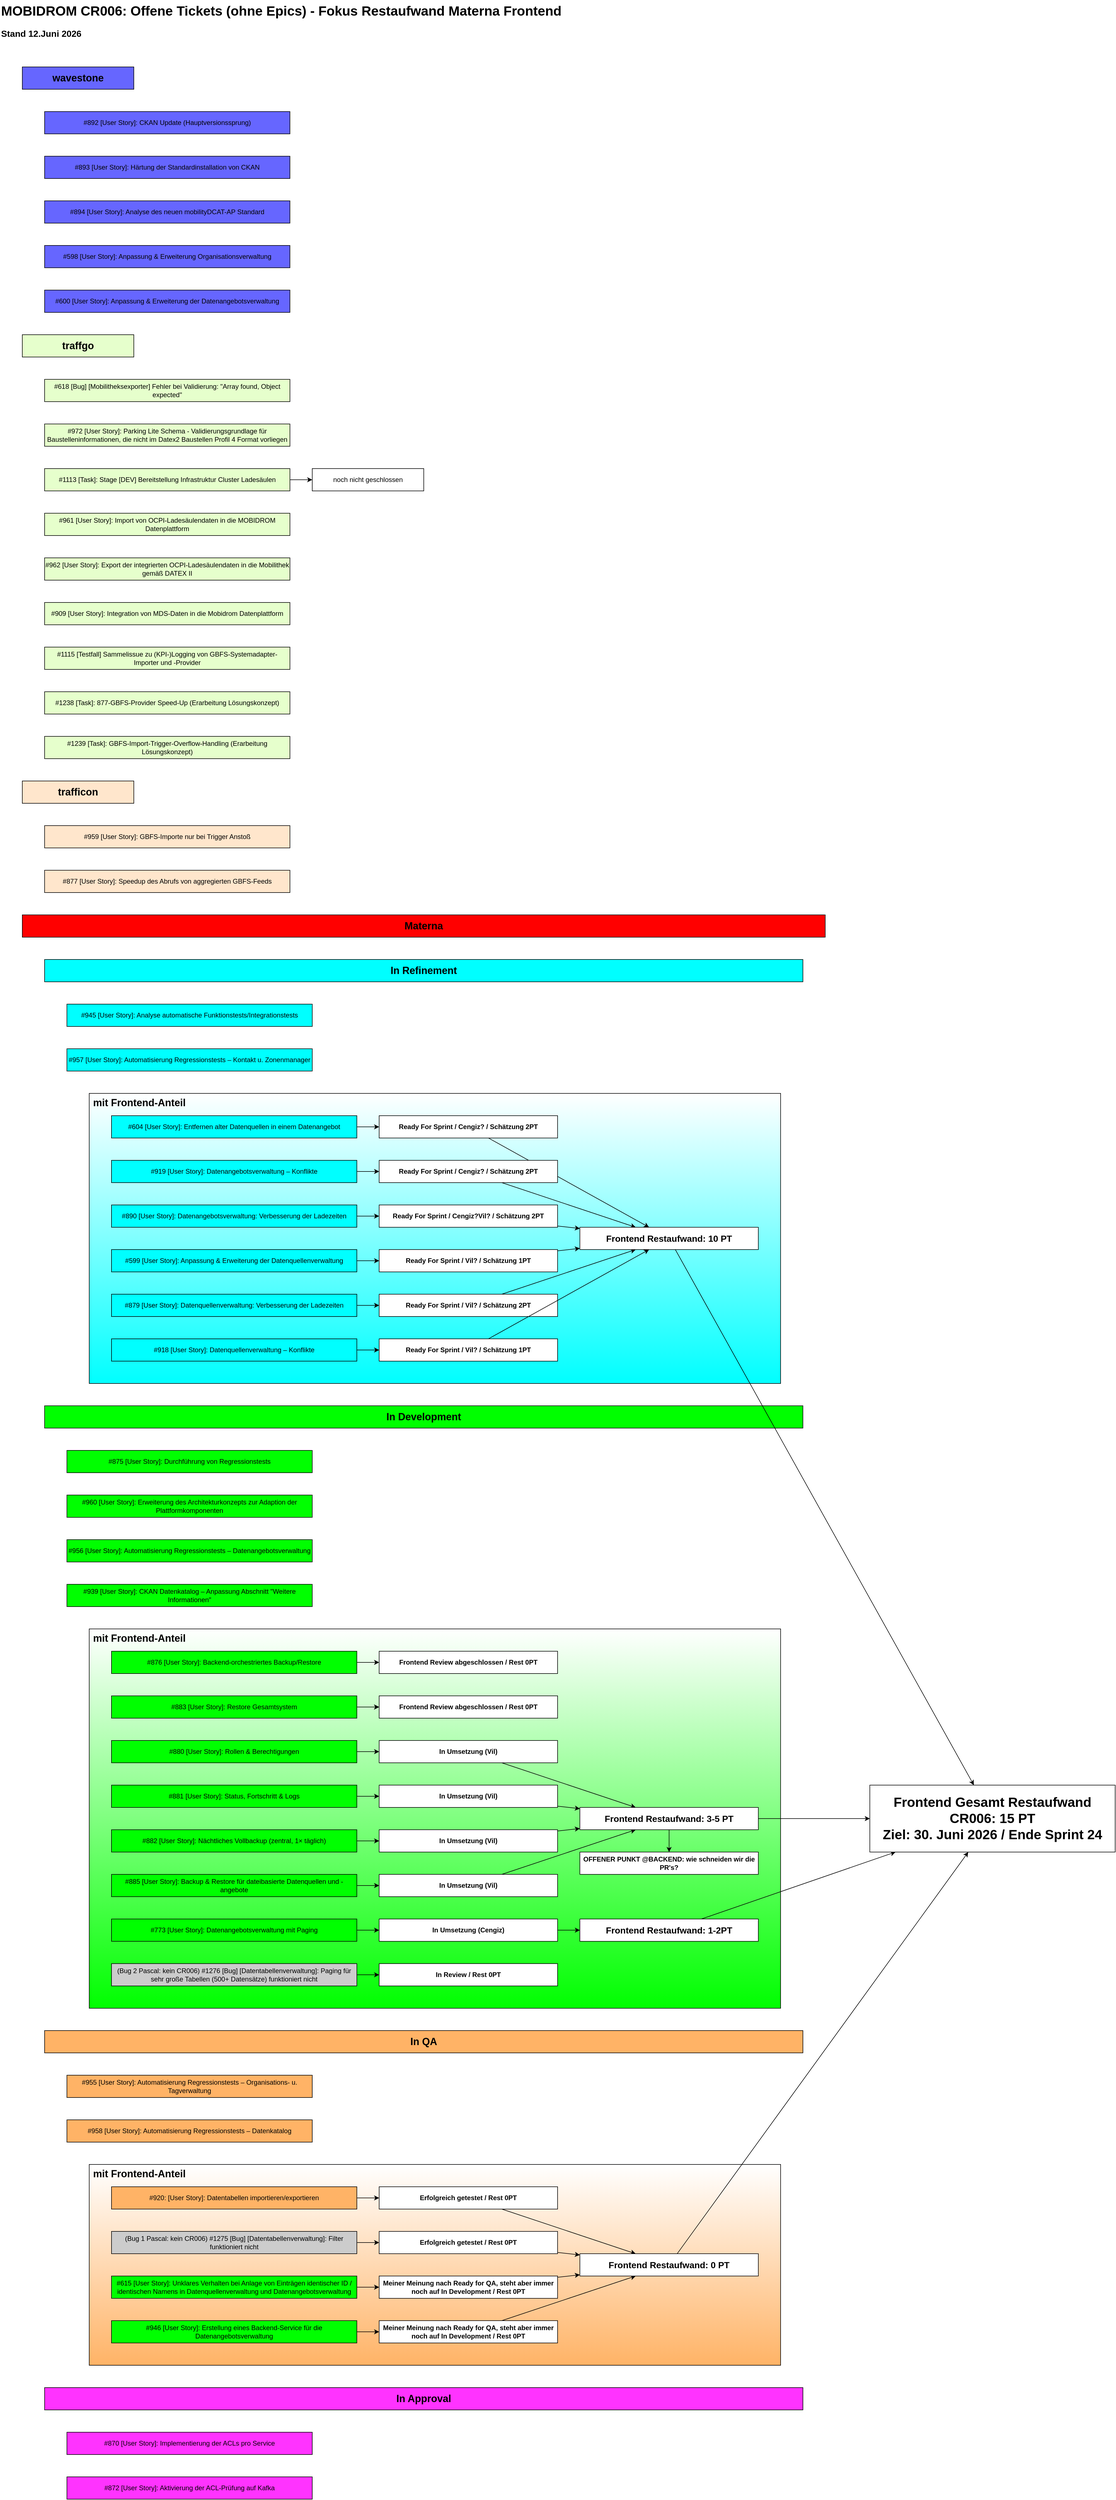
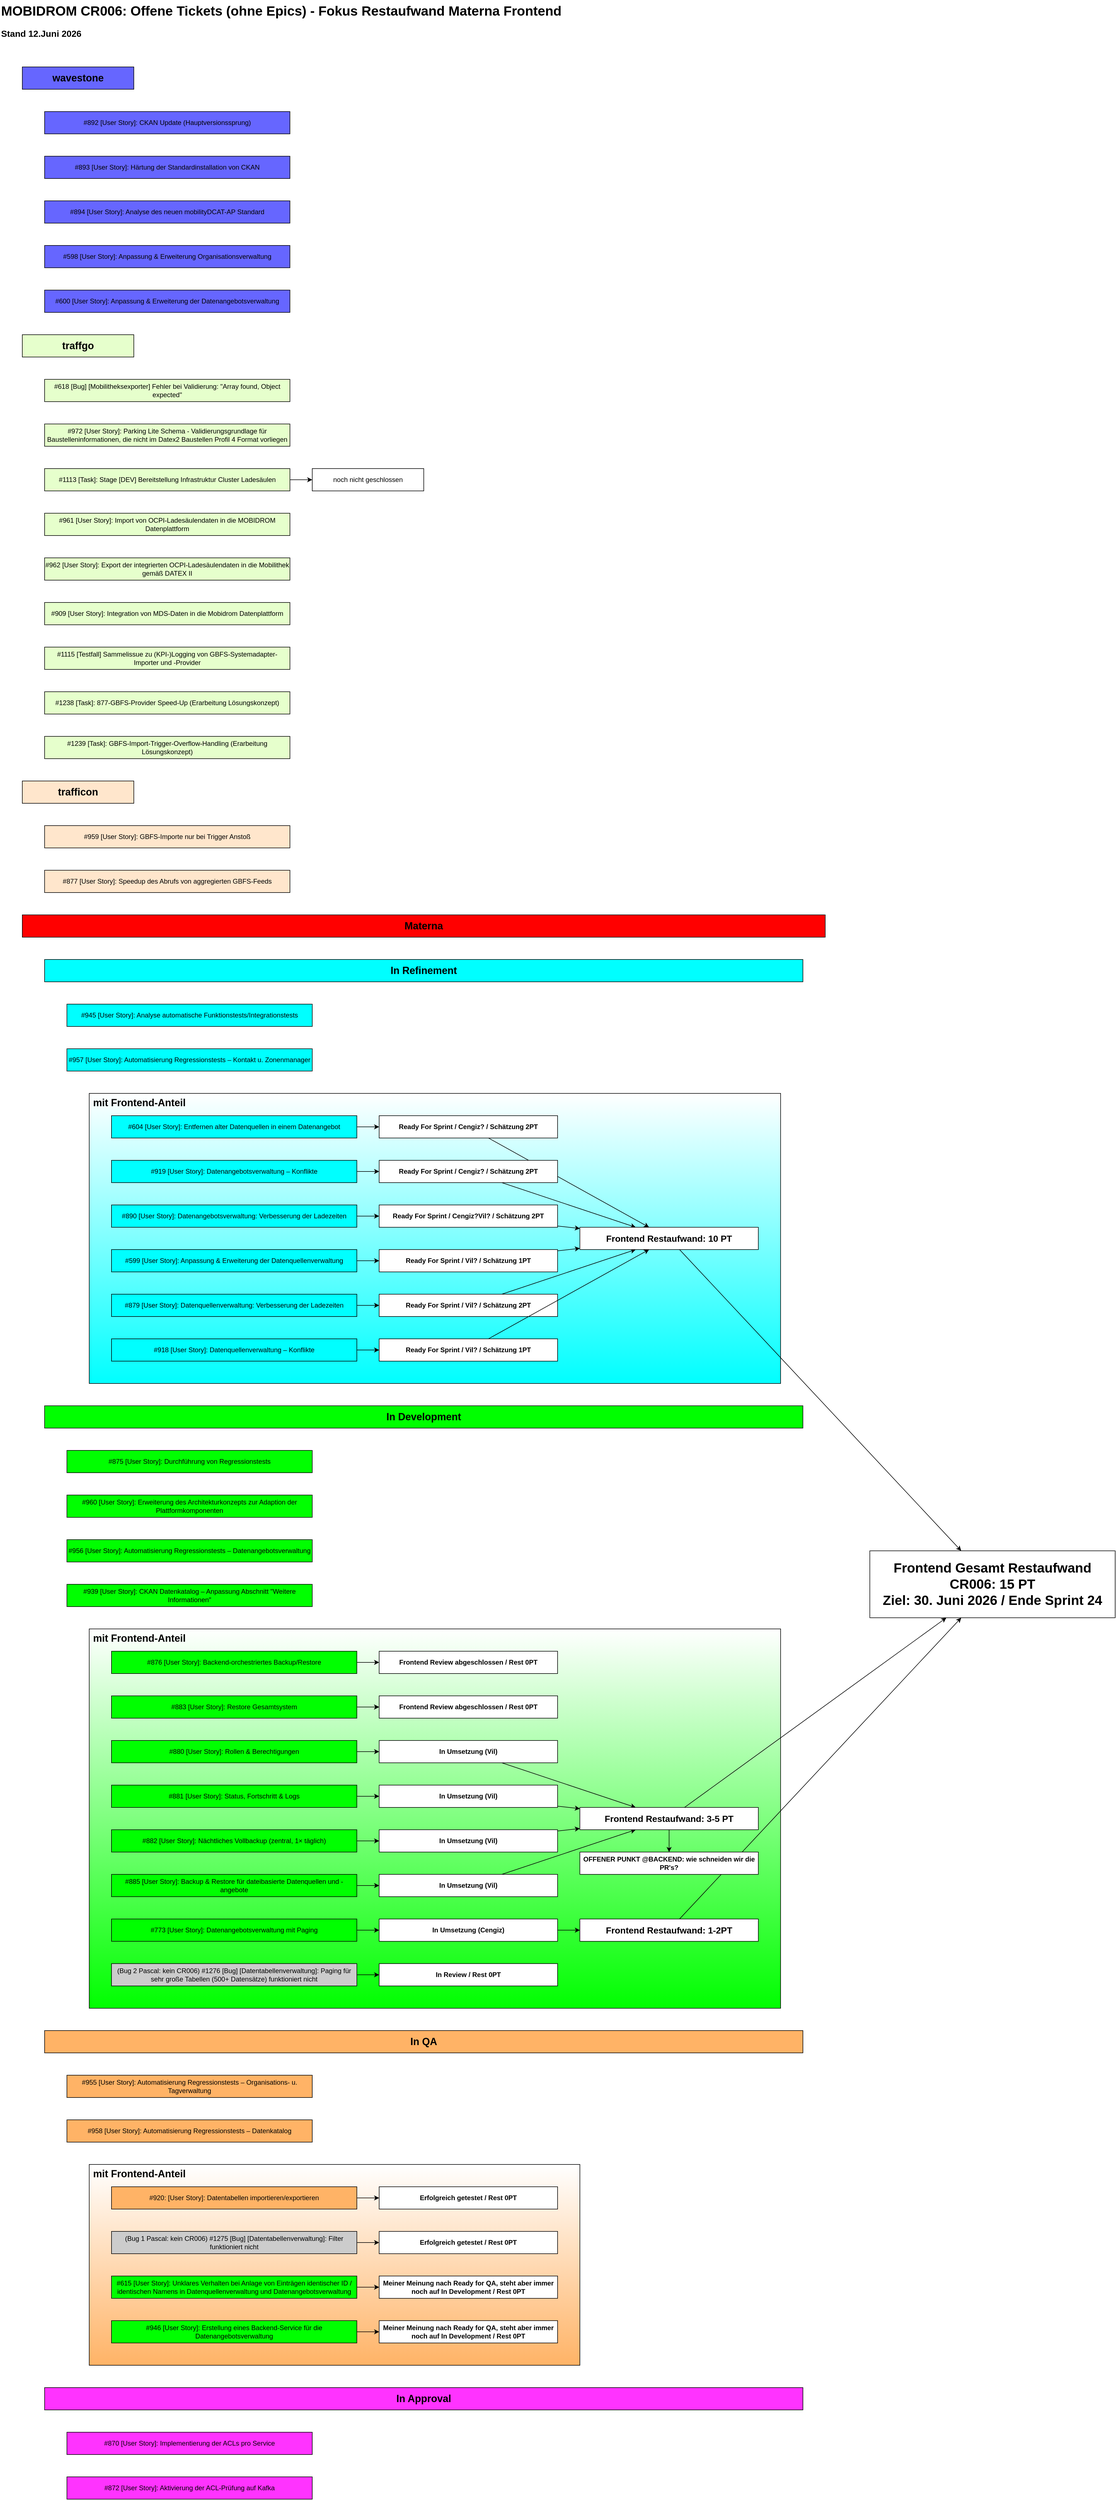
<mxfile host="app.diagrams.net">
  <diagram name="Page-1" id="0BLjgJdESMF3buwbVgl_">
-     <mxGraphModel dx="1325" dy="640" grid="1" gridSize="10" guides="1" tooltips="1" connect="1" arrows="1" fold="1" page="1" pageScale="1" pageWidth="850" pageHeight="1100" math="0" shadow="0">
+     <mxGraphModel dx="5300" dy="2560" grid="1" gridSize="10" guides="1" tooltips="1" connect="1" arrows="1" fold="1" page="1" pageScale="1" pageWidth="850" pageHeight="1100" math="0" shadow="0">
      <root>
        <mxCell id="0" />
        <mxCell id="1" parent="0" />
        <mxCell id="KAzs0ncSA1o2T3-7AXRQ-69" parent="1" style="rounded=0;whiteSpace=wrap;html=1;fontColor=#000000;fillColor=#FFFFFF;fontStyle=1;fontSize=18;align=left;verticalAlign=top;gradientColor=#FFB366;" value="&amp;nbsp;mit Frontend-Anteil" vertex="1">
-           <mxGeometry height="360" width="1240" x="200" y="3920" as="geometry" />
+           <mxGeometry height="360" width="880" x="200" y="3920" as="geometry" />
        </mxCell>
        <mxCell id="KAzs0ncSA1o2T3-7AXRQ-68" parent="1" style="rounded=0;whiteSpace=wrap;html=1;fontColor=#000000;fillColor=#FFFFFF;fontStyle=1;fontSize=18;align=left;verticalAlign=top;gradientColor=#00FF00;" value="&amp;nbsp;mit Frontend-Anteil" vertex="1">
          <mxGeometry height="680" width="1240" x="200" y="2960" as="geometry" />
        </mxCell>
        <mxCell id="KAzs0ncSA1o2T3-7AXRQ-67" parent="1" style="rounded=0;whiteSpace=wrap;html=1;fontColor=#000000;fillColor=#FFFFFF;fontStyle=1;verticalAlign=top;align=left;fontSize=18;gradientColor=#00FFFF;" value="&amp;nbsp;mit Frontend-Anteil" vertex="1">
          <mxGeometry height="520" width="1240" x="200" y="2000" as="geometry" />
        </mxCell>
        <mxCell id="KAzs0ncSA1o2T3-7AXRQ-1" parent="1" style="rounded=0;whiteSpace=wrap;html=1;strokeColor=none;fontSize=24;fontStyle=1;align=left;" value="MOBIDROM CR006: Offene Tickets (ohne Epics) - Fokus Restaufwand Materna Frontend" vertex="1">
          <mxGeometry height="40" width="1030" x="40" y="40" as="geometry" />
        </mxCell>
        <mxCell id="KAzs0ncSA1o2T3-7AXRQ-2" parent="1" style="rounded=0;whiteSpace=wrap;html=1;strokeColor=none;fontSize=16;fontStyle=1;align=left;" value="&lt;div&gt;Stand 12.Juni 2026&lt;/div&gt;" vertex="1">
          <mxGeometry height="40" width="160" x="40" y="80" as="geometry" />
        </mxCell>
        <mxCell id="KAzs0ncSA1o2T3-7AXRQ-77" edge="1" parent="1" source="KAzs0ncSA1o2T3-7AXRQ-3" style="edgeStyle=none;rounded=0;orthogonalLoop=1;jettySize=auto;html=1;" target="KAzs0ncSA1o2T3-7AXRQ-76" value="">
          <mxGeometry relative="1" as="geometry" />
        </mxCell>
        <mxCell id="KAzs0ncSA1o2T3-7AXRQ-3" parent="1" style="rounded=0;whiteSpace=wrap;html=1;fillColor=#FFB366;" value="#920: [User Story]: Datentabellen importieren/exportieren" vertex="1">
          <mxGeometry height="40" width="440" x="240" y="3960" as="geometry" />
        </mxCell>
        <mxCell id="KAzs0ncSA1o2T3-7AXRQ-4" parent="1" style="rounded=0;whiteSpace=wrap;html=1;fontColor=#000000;fillColor=#FFB366;fontStyle=1;fontSize=18;" value="In QA" vertex="1">
          <mxGeometry height="40" width="1360" x="120" y="3680" as="geometry" />
        </mxCell>
        <mxCell id="KAzs0ncSA1o2T3-7AXRQ-5" parent="1" style="rounded=0;whiteSpace=wrap;html=1;fillColor=#6666FF;" value="#892&amp;nbsp;[User Story]: CKAN Update (Hauptversionssprung)" vertex="1">
          <mxGeometry height="40" width="440" x="120" y="240" as="geometry" />
        </mxCell>
        <mxCell id="KAzs0ncSA1o2T3-7AXRQ-6" parent="1" style="rounded=0;whiteSpace=wrap;html=1;fontColor=#000000;fillColor=#6666FF;fontStyle=1;fontSize=18;" value="wavestone" vertex="1">
          <mxGeometry height="40" width="200" x="80" y="160" as="geometry" />
        </mxCell>
        <mxCell id="KAzs0ncSA1o2T3-7AXRQ-7" parent="1" style="rounded=0;whiteSpace=wrap;html=1;fillColor=#FF33FF;" value="#870&amp;nbsp;[User Story]: Implementierung der ACLs pro Service" vertex="1">
          <mxGeometry height="40" width="440" x="160" y="4400" as="geometry" />
        </mxCell>
        <mxCell id="KAzs0ncSA1o2T3-7AXRQ-8" parent="1" style="rounded=0;whiteSpace=wrap;html=1;fillColor=#FF33FF;" value="#872&amp;nbsp;[User Story]: Aktivierung der ACL-Prüfung auf Kafka" vertex="1">
          <mxGeometry height="40" width="440" x="160" y="4480" as="geometry" />
        </mxCell>
        <mxCell id="KAzs0ncSA1o2T3-7AXRQ-9" parent="1" style="rounded=0;whiteSpace=wrap;html=1;fontColor=#000000;fillColor=#FF33FF;fontStyle=1;fontSize=18;" value="In Approval" vertex="1">
          <mxGeometry height="40" width="1360" x="120" y="4320" as="geometry" />
        </mxCell>
        <mxCell id="KAzs0ncSA1o2T3-7AXRQ-10" parent="1" style="rounded=0;whiteSpace=wrap;html=1;fillColor=#6666FF;" value="#893&amp;nbsp;[User Story]: Härtung der Standardinstallation von CKAN" vertex="1">
          <mxGeometry height="40" width="440" x="120" y="320" as="geometry" />
        </mxCell>
        <mxCell id="KAzs0ncSA1o2T3-7AXRQ-11" parent="1" style="rounded=0;whiteSpace=wrap;html=1;fillColor=#6666FF;" value="#894&amp;nbsp;[User Story]: Analyse des neuen mobilityDCAT-AP Standard" vertex="1">
          <mxGeometry height="40" width="440" x="120" y="400" as="geometry" />
        </mxCell>
        <mxCell id="KAzs0ncSA1o2T3-7AXRQ-12" parent="1" style="rounded=0;whiteSpace=wrap;html=1;fillColor=#E6FFCC;" value="#618&amp;nbsp;[Bug] [Mobilitheksexporter] Fehler bei Validierung: &quot;Array found, Object expected&quot;" vertex="1">
          <mxGeometry height="40" width="440" x="120" y="720" as="geometry" />
        </mxCell>
        <mxCell id="KAzs0ncSA1o2T3-7AXRQ-13" parent="1" style="rounded=0;whiteSpace=wrap;html=1;fontColor=#000000;fillColor=#E6FFCC;fontStyle=1;fontSize=18;" value="&lt;div&gt;traffgo&lt;/div&gt;" vertex="1">
          <mxGeometry height="40" width="200" x="80" y="640" as="geometry" />
        </mxCell>
        <mxCell id="KAzs0ncSA1o2T3-7AXRQ-14" parent="1" style="rounded=0;whiteSpace=wrap;html=1;fontColor=#000000;fillColor=#FFE6CC;fontStyle=1;fontSize=18;" value="&lt;div&gt;trafficon&lt;/div&gt;" vertex="1">
          <mxGeometry height="40" width="200" x="80" y="1440" as="geometry" />
        </mxCell>
        <mxCell id="KAzs0ncSA1o2T3-7AXRQ-15" parent="1" style="rounded=0;whiteSpace=wrap;html=1;fillColor=#FFE6CC;" value="#959&amp;nbsp;[User Story]: GBFS-Importe nur bei Trigger Anstoß" vertex="1">
          <mxGeometry height="40" width="440" x="120" y="1520" as="geometry" />
        </mxCell>
        <mxCell id="KAzs0ncSA1o2T3-7AXRQ-75" edge="1" parent="1" source="KAzs0ncSA1o2T3-7AXRQ-16" style="edgeStyle=none;rounded=0;orthogonalLoop=1;jettySize=auto;html=1;" target="KAzs0ncSA1o2T3-7AXRQ-74" value="">
          <mxGeometry relative="1" as="geometry" />
        </mxCell>
        <mxCell id="KAzs0ncSA1o2T3-7AXRQ-16" parent="1" style="rounded=0;whiteSpace=wrap;html=1;fillColor=#00FF00;" value="#615&amp;nbsp;[User Story]: Unklares Verhalten bei Anlage von Einträgen identischer ID / identischen Namens in Datenquellenverwaltung und Datenangebotsverwaltung" vertex="1">
          <mxGeometry height="40" width="440" x="240" y="4120" as="geometry" />
        </mxCell>
        <mxCell id="KAzs0ncSA1o2T3-7AXRQ-17" parent="1" style="rounded=0;whiteSpace=wrap;html=1;fontColor=#000000;fillColor=#00FF00;fontStyle=1;fontSize=18;" value="In Development" vertex="1">
          <mxGeometry height="40" width="1360" x="120" y="2560" as="geometry" />
        </mxCell>
        <mxCell id="KAzs0ncSA1o2T3-7AXRQ-83" edge="1" parent="1" source="KAzs0ncSA1o2T3-7AXRQ-18" style="edgeStyle=none;rounded=0;orthogonalLoop=1;jettySize=auto;html=1;" target="KAzs0ncSA1o2T3-7AXRQ-82" value="">
          <mxGeometry relative="1" as="geometry" />
        </mxCell>
        <mxCell id="KAzs0ncSA1o2T3-7AXRQ-18" parent="1" style="rounded=0;whiteSpace=wrap;html=1;fillColor=#00FF00;" value="#773&amp;nbsp;[User Story]: Datenangebotsverwaltung mit Paging" vertex="1">
          <mxGeometry height="40" width="440" x="240" y="3480" as="geometry" />
        </mxCell>
        <mxCell id="KAzs0ncSA1o2T3-7AXRQ-19" parent="1" style="rounded=0;whiteSpace=wrap;html=1;fillColor=#00FF00;" value="#875&amp;nbsp;[User Story]: Durchführung von Regressionstests" vertex="1">
          <mxGeometry height="40" width="440" x="160" y="2640" as="geometry" />
        </mxCell>
        <mxCell id="KAzs0ncSA1o2T3-7AXRQ-81" edge="1" parent="1" source="KAzs0ncSA1o2T3-7AXRQ-20" style="edgeStyle=none;rounded=0;orthogonalLoop=1;jettySize=auto;html=1;" target="KAzs0ncSA1o2T3-7AXRQ-80" value="">
          <mxGeometry relative="1" as="geometry" />
        </mxCell>
        <mxCell id="KAzs0ncSA1o2T3-7AXRQ-20" parent="1" style="rounded=0;whiteSpace=wrap;html=1;fillColor=#00FF00;" value="#876&amp;nbsp;[User Story]: Backend-orchestriertes Backup/Restore" vertex="1">
          <mxGeometry height="40" width="440" x="240" y="3000" as="geometry" />
        </mxCell>
        <mxCell id="KAzs0ncSA1o2T3-7AXRQ-21" parent="1" style="rounded=0;whiteSpace=wrap;html=1;fillColor=#FFE6CC;" value="#877&amp;nbsp;[User Story]: Speedup des Abrufs von aggregierten GBFS-Feeds" vertex="1">
          <mxGeometry height="40" width="440" x="120" y="1600" as="geometry" />
        </mxCell>
        <mxCell id="KAzs0ncSA1o2T3-7AXRQ-87" edge="1" parent="1" source="KAzs0ncSA1o2T3-7AXRQ-22" style="edgeStyle=none;rounded=0;orthogonalLoop=1;jettySize=auto;html=1;" target="KAzs0ncSA1o2T3-7AXRQ-86" value="">
          <mxGeometry relative="1" as="geometry" />
        </mxCell>
        <mxCell id="KAzs0ncSA1o2T3-7AXRQ-22" parent="1" style="rounded=0;whiteSpace=wrap;html=1;fillColor=#00FF00;" value="#880&amp;nbsp;[User Story]: Rollen &amp;amp; Berechtigungen" vertex="1">
          <mxGeometry height="40" width="440" x="240" y="3160" as="geometry" />
        </mxCell>
        <mxCell id="KAzs0ncSA1o2T3-7AXRQ-89" edge="1" parent="1" source="KAzs0ncSA1o2T3-7AXRQ-23" style="edgeStyle=none;rounded=0;orthogonalLoop=1;jettySize=auto;html=1;" target="KAzs0ncSA1o2T3-7AXRQ-88" value="">
          <mxGeometry relative="1" as="geometry" />
        </mxCell>
        <mxCell id="KAzs0ncSA1o2T3-7AXRQ-23" parent="1" style="rounded=0;whiteSpace=wrap;html=1;fillColor=#00FF00;" value="#881&amp;nbsp;[User Story]: Status, Fortschritt &amp;amp; Logs" vertex="1">
          <mxGeometry height="40" width="440" x="240" y="3240" as="geometry" />
        </mxCell>
        <mxCell id="KAzs0ncSA1o2T3-7AXRQ-93" edge="1" parent="1" source="KAzs0ncSA1o2T3-7AXRQ-24" style="edgeStyle=none;rounded=0;orthogonalLoop=1;jettySize=auto;html=1;" target="KAzs0ncSA1o2T3-7AXRQ-92" value="">
          <mxGeometry relative="1" as="geometry" />
        </mxCell>
        <mxCell id="KAzs0ncSA1o2T3-7AXRQ-24" parent="1" style="rounded=0;whiteSpace=wrap;html=1;fillColor=#00FF00;" value="#885&amp;nbsp;[User Story]: Backup &amp;amp; Restore für dateibasierte Datenquellen und -angebote" vertex="1">
          <mxGeometry height="40" width="440" x="240" y="3400" as="geometry" />
        </mxCell>
        <mxCell id="KAzs0ncSA1o2T3-7AXRQ-112" edge="1" parent="1" source="KAzs0ncSA1o2T3-7AXRQ-25" style="edgeStyle=none;rounded=0;orthogonalLoop=1;jettySize=auto;html=1;" target="KAzs0ncSA1o2T3-7AXRQ-111" value="">
          <mxGeometry relative="1" as="geometry" />
        </mxCell>
        <mxCell id="KAzs0ncSA1o2T3-7AXRQ-25" parent="1" style="rounded=0;whiteSpace=wrap;html=1;fillColor=#00FFFF;" value="#918&amp;nbsp;[User Story]: Datenquellenverwaltung – Konflikte" vertex="1">
          <mxGeometry height="40" width="440" x="240" y="2440" as="geometry" />
        </mxCell>
        <mxCell id="KAzs0ncSA1o2T3-7AXRQ-104" edge="1" parent="1" source="KAzs0ncSA1o2T3-7AXRQ-26" style="edgeStyle=none;rounded=0;orthogonalLoop=1;jettySize=auto;html=1;" target="KAzs0ncSA1o2T3-7AXRQ-103" value="">
          <mxGeometry relative="1" as="geometry" />
        </mxCell>
        <mxCell id="KAzs0ncSA1o2T3-7AXRQ-26" parent="1" style="rounded=0;whiteSpace=wrap;html=1;fillColor=#00FFFF;" value="#919&amp;nbsp;[User Story]: Datenangebotsverwaltung – Konflikte" vertex="1">
          <mxGeometry height="40" width="440" x="240" y="2120" as="geometry" />
        </mxCell>
        <mxCell id="KAzs0ncSA1o2T3-7AXRQ-27" parent="1" style="rounded=0;whiteSpace=wrap;html=1;fillColor=#FFB366;" value="#955&amp;nbsp;[User Story]: Automatisierung Regressionstests – Organisations- u. Tagverwaltung" vertex="1">
          <mxGeometry height="40" width="440" x="160" y="3760" as="geometry" />
        </mxCell>
        <mxCell id="KAzs0ncSA1o2T3-7AXRQ-28" parent="1" style="rounded=0;whiteSpace=wrap;html=1;fontColor=#000000;fillColor=#00FFFF;fontStyle=1;fontSize=18;" value="In Refinement" vertex="1">
          <mxGeometry height="40" width="1360" x="120" y="1760" as="geometry" />
        </mxCell>
        <mxCell id="KAzs0ncSA1o2T3-7AXRQ-29" parent="1" style="rounded=0;whiteSpace=wrap;html=1;fillColor=#00FF00;" value="#960&amp;nbsp;[User Story]: Erweiterung des Architekturkonzepts zur Adaption der Plattformkomponenten" vertex="1">
          <mxGeometry height="40" width="440" x="160" y="2720" as="geometry" />
        </mxCell>
        <mxCell id="KAzs0ncSA1o2T3-7AXRQ-30" parent="1" style="rounded=0;whiteSpace=wrap;html=1;fillColor=#6666FF;" value="#598&amp;nbsp;[User Story]: Anpassung &amp;amp; Erweiterung Organisationsverwaltung" vertex="1">
          <mxGeometry height="40" width="440" x="120" y="480" as="geometry" />
        </mxCell>
        <mxCell id="KAzs0ncSA1o2T3-7AXRQ-108" edge="1" parent="1" source="KAzs0ncSA1o2T3-7AXRQ-31" style="edgeStyle=none;rounded=0;orthogonalLoop=1;jettySize=auto;html=1;" target="KAzs0ncSA1o2T3-7AXRQ-107" value="">
          <mxGeometry relative="1" as="geometry" />
        </mxCell>
        <mxCell id="KAzs0ncSA1o2T3-7AXRQ-31" parent="1" style="rounded=0;whiteSpace=wrap;html=1;fillColor=#00FFFF;" value="#599&amp;nbsp;[User Story]: Anpassung &amp;amp; Erweiterung der Datenquellenverwaltung" vertex="1">
          <mxGeometry height="40" width="440" x="240" y="2280" as="geometry" />
        </mxCell>
        <mxCell id="KAzs0ncSA1o2T3-7AXRQ-32" parent="1" style="rounded=0;whiteSpace=wrap;html=1;fillColor=#6666FF;" value="#600&amp;nbsp;[User Story]: Anpassung &amp;amp; Erweiterung der Datenangebotsverwaltung" vertex="1">
          <mxGeometry height="40" width="440" x="120" y="560" as="geometry" />
        </mxCell>
        <mxCell id="KAzs0ncSA1o2T3-7AXRQ-106" edge="1" parent="1" source="KAzs0ncSA1o2T3-7AXRQ-33" style="edgeStyle=none;rounded=0;orthogonalLoop=1;jettySize=auto;html=1;" target="KAzs0ncSA1o2T3-7AXRQ-105" value="">
          <mxGeometry relative="1" as="geometry" />
        </mxCell>
        <mxCell id="KAzs0ncSA1o2T3-7AXRQ-33" parent="1" style="rounded=0;whiteSpace=wrap;html=1;fillColor=#00FFFF;" value="#890&amp;nbsp;[User Story]: Datenangebotsverwaltung: Verbesserung der Ladezeiten" vertex="1">
          <mxGeometry height="40" width="440" x="240" y="2200" as="geometry" />
        </mxCell>
        <mxCell id="KAzs0ncSA1o2T3-7AXRQ-34" parent="1" style="rounded=0;whiteSpace=wrap;html=1;fillColor=#E6FFCC;" value="#972&amp;nbsp;[User Story]: Parking Lite Schema - Validierungsgrundlage für Baustelleninformationen, die nicht im Datex2 Baustellen Profil 4 Format vorliegen" vertex="1">
          <mxGeometry height="40" width="440" x="120" y="800" as="geometry" />
        </mxCell>
        <mxCell id="KAzs0ncSA1o2T3-7AXRQ-55" edge="1" parent="1" source="KAzs0ncSA1o2T3-7AXRQ-35" style="edgeStyle=orthogonalEdgeStyle;rounded=0;orthogonalLoop=1;jettySize=auto;html=1;" target="KAzs0ncSA1o2T3-7AXRQ-54" value="">
          <mxGeometry relative="1" as="geometry" />
        </mxCell>
        <mxCell id="KAzs0ncSA1o2T3-7AXRQ-35" parent="1" style="rounded=0;whiteSpace=wrap;html=1;fillColor=#E6FFCC;" value="#1113&amp;nbsp;[Task]: Stage [DEV] Bereitstellung Infrastruktur Cluster Ladesäulen" vertex="1">
          <mxGeometry height="40" width="440" x="120" y="880" as="geometry" />
        </mxCell>
        <mxCell id="KAzs0ncSA1o2T3-7AXRQ-36" parent="1" style="rounded=0;whiteSpace=wrap;html=1;fillColor=#00FF00;" value="#956&amp;nbsp;[User Story]: Automatisierung Regressionstests – Datenangebotsverwaltung" vertex="1">
          <mxGeometry height="40" width="440" x="160" y="2800" as="geometry" />
        </mxCell>
        <mxCell id="KAzs0ncSA1o2T3-7AXRQ-37" parent="1" style="rounded=0;whiteSpace=wrap;html=1;fillColor=#FFB366;" value="#958&amp;nbsp;[User Story]: Automatisierung Regressionstests – Datenkatalog" vertex="1">
          <mxGeometry height="40" width="440" x="160" y="3840" as="geometry" />
        </mxCell>
        <mxCell id="KAzs0ncSA1o2T3-7AXRQ-38" parent="1" style="rounded=0;whiteSpace=wrap;html=1;fillColor=#E6FFCC;" value="#961&amp;nbsp;[User Story]: Import von OCPI-Ladesäulendaten in die MOBIDROM Datenplattform" vertex="1">
          <mxGeometry height="40" width="440" x="120" y="960" as="geometry" />
        </mxCell>
        <mxCell id="KAzs0ncSA1o2T3-7AXRQ-39" parent="1" style="rounded=0;whiteSpace=wrap;html=1;fillColor=#E6FFCC;" value="#962&amp;nbsp;[User Story]: Export der integrierten OCPI-Ladesäulendaten in die Mobilithek gemäß DATEX II" vertex="1">
          <mxGeometry height="40" width="440" x="120" y="1040" as="geometry" />
        </mxCell>
        <mxCell id="KAzs0ncSA1o2T3-7AXRQ-58" edge="1" parent="1" source="KAzs0ncSA1o2T3-7AXRQ-40" style="edgeStyle=none;rounded=0;orthogonalLoop=1;jettySize=auto;html=1;" target="KAzs0ncSA1o2T3-7AXRQ-41" value="">
          <mxGeometry relative="1" as="geometry" />
        </mxCell>
        <mxCell id="KAzs0ncSA1o2T3-7AXRQ-40" parent="1" style="rounded=0;whiteSpace=wrap;html=1;fillColor=#00FF00;" value="#946&amp;nbsp;[User Story]: Erstellung eines Backend-Service für die Datenangebotsverwaltung" vertex="1">
          <mxGeometry height="40" width="440" x="240" y="4200" as="geometry" />
        </mxCell>
-         <mxCell id="6I-_ciG7kh0R2IqJ13tL-8" edge="1" parent="1" source="KAzs0ncSA1o2T3-7AXRQ-41" style="edgeStyle=none;rounded=0;orthogonalLoop=1;jettySize=auto;html=1;" target="6I-_ciG7kh0R2IqJ13tL-4" value="">
-           <mxGeometry relative="1" as="geometry" />
-         </mxCell>
        <mxCell id="KAzs0ncSA1o2T3-7AXRQ-41" parent="1" style="rounded=0;whiteSpace=wrap;html=1;fontStyle=1" value="Meiner Meinung nach Ready for QA, steht aber immer noch auf In Development / Rest 0PT" vertex="1">
          <mxGeometry height="40" width="320" x="720" y="4200" as="geometry" />
        </mxCell>
        <mxCell id="KAzs0ncSA1o2T3-7AXRQ-43" parent="1" style="rounded=0;whiteSpace=wrap;html=1;fillColor=#00FFFF;" value="#945&amp;nbsp;[User Story]: Analyse automatische Funktionstests/Integrationstests" vertex="1">
          <mxGeometry height="40" width="440" x="160" y="1840" as="geometry" />
        </mxCell>
        <mxCell id="KAzs0ncSA1o2T3-7AXRQ-44" parent="1" style="rounded=0;whiteSpace=wrap;html=1;fillColor=#E6FFCC;" value="#909&amp;nbsp;[User Story]: Integration von MDS-Daten in die Mobidrom Datenplattform" vertex="1">
          <mxGeometry height="40" width="440" x="120" y="1120" as="geometry" />
        </mxCell>
        <mxCell id="KAzs0ncSA1o2T3-7AXRQ-45" parent="1" style="rounded=0;whiteSpace=wrap;html=1;fillColor=#00FF00;" value="#939&amp;nbsp;[User Story]: CKAN Datenkatalog – Anpassung Abschnitt &quot;Weitere Informationen&quot;" vertex="1">
          <mxGeometry height="40" width="440" x="160" y="2880" as="geometry" />
        </mxCell>
        <mxCell id="KAzs0ncSA1o2T3-7AXRQ-102" edge="1" parent="1" source="KAzs0ncSA1o2T3-7AXRQ-46" style="edgeStyle=none;rounded=0;orthogonalLoop=1;jettySize=auto;html=1;" target="KAzs0ncSA1o2T3-7AXRQ-101" value="">
          <mxGeometry relative="1" as="geometry" />
        </mxCell>
        <mxCell id="KAzs0ncSA1o2T3-7AXRQ-46" parent="1" style="rounded=0;whiteSpace=wrap;html=1;fillColor=#00FFFF;" value="#604&amp;nbsp;[User Story]: Entfernen alter Datenquellen in einem Datenangebot" vertex="1">
          <mxGeometry height="40" width="440" x="240" y="2040" as="geometry" />
        </mxCell>
        <mxCell id="KAzs0ncSA1o2T3-7AXRQ-110" edge="1" parent="1" source="KAzs0ncSA1o2T3-7AXRQ-47" style="edgeStyle=none;rounded=0;orthogonalLoop=1;jettySize=auto;html=1;" target="KAzs0ncSA1o2T3-7AXRQ-109" value="">
          <mxGeometry relative="1" as="geometry" />
        </mxCell>
        <mxCell id="KAzs0ncSA1o2T3-7AXRQ-47" parent="1" style="rounded=0;whiteSpace=wrap;html=1;fillColor=#00FFFF;" value="#879&amp;nbsp;[User Story]: Datenquellenverwaltung: Verbesserung der Ladezeiten" vertex="1">
          <mxGeometry height="40" width="440" x="240" y="2360" as="geometry" />
        </mxCell>
        <mxCell id="KAzs0ncSA1o2T3-7AXRQ-91" edge="1" parent="1" source="KAzs0ncSA1o2T3-7AXRQ-48" style="edgeStyle=none;rounded=0;orthogonalLoop=1;jettySize=auto;html=1;" target="KAzs0ncSA1o2T3-7AXRQ-90" value="">
          <mxGeometry relative="1" as="geometry" />
        </mxCell>
        <mxCell id="KAzs0ncSA1o2T3-7AXRQ-48" parent="1" style="rounded=0;whiteSpace=wrap;html=1;fillColor=#00FF00;" value="#882&amp;nbsp;[User Story]: Nächtliches Vollbackup (zentral, 1× täglich)" vertex="1">
          <mxGeometry height="40" width="440" x="240" y="3320" as="geometry" />
        </mxCell>
        <mxCell id="KAzs0ncSA1o2T3-7AXRQ-85" edge="1" parent="1" source="KAzs0ncSA1o2T3-7AXRQ-49" style="edgeStyle=none;rounded=0;orthogonalLoop=1;jettySize=auto;html=1;" target="KAzs0ncSA1o2T3-7AXRQ-84" value="">
          <mxGeometry relative="1" as="geometry" />
        </mxCell>
        <mxCell id="6I-_ciG7kh0R2IqJ13tL-1" edge="1" parent="1" source="KAzs0ncSA1o2T3-7AXRQ-49" style="edgeStyle=none;rounded=0;orthogonalLoop=1;jettySize=auto;html=1;" target="KAzs0ncSA1o2T3-7AXRQ-84" value="">
          <mxGeometry relative="1" as="geometry" />
        </mxCell>
        <mxCell id="KAzs0ncSA1o2T3-7AXRQ-49" parent="1" style="rounded=0;whiteSpace=wrap;html=1;fillColor=#00FF00;" value="#883&amp;nbsp;[User Story]: Restore Gesamtsystem" vertex="1">
          <mxGeometry height="40" width="440" x="240" y="3080" as="geometry" />
        </mxCell>
        <mxCell id="KAzs0ncSA1o2T3-7AXRQ-50" parent="1" style="rounded=0;whiteSpace=wrap;html=1;fillColor=#00FFFF;" value="#957&amp;nbsp;[User Story]: Automatisierung Regressionstests – Kontakt u. Zonenmanager" vertex="1">
          <mxGeometry height="40" width="440" x="160" y="1920" as="geometry" />
        </mxCell>
        <mxCell id="KAzs0ncSA1o2T3-7AXRQ-51" parent="1" style="rounded=0;whiteSpace=wrap;html=1;fillColor=#E6FFCC;" value="#1115&amp;nbsp;[Testfall] Sammelissue zu (KPI-)Logging von GBFS-Systemadapter-Importer und -Provider" vertex="1">
          <mxGeometry height="40" width="440" x="120" y="1200" as="geometry" />
        </mxCell>
        <mxCell id="KAzs0ncSA1o2T3-7AXRQ-52" parent="1" style="rounded=0;whiteSpace=wrap;html=1;fillColor=#E6FFCC;" value="#1238&amp;nbsp;[Task]: 877-GBFS-Provider Speed-Up (Erarbeitung Lösungskonzept)" vertex="1">
          <mxGeometry height="40" width="440" x="120" y="1280" as="geometry" />
        </mxCell>
        <mxCell id="KAzs0ncSA1o2T3-7AXRQ-53" parent="1" style="rounded=0;whiteSpace=wrap;html=1;fillColor=#E6FFCC;" value="#1239&amp;nbsp;[Task]: GBFS-Import-Trigger-Overflow-Handling (Erarbeitung Lösungskonzept)" vertex="1">
          <mxGeometry height="40" width="440" x="120" y="1360" as="geometry" />
        </mxCell>
        <mxCell id="KAzs0ncSA1o2T3-7AXRQ-54" parent="1" style="rounded=0;whiteSpace=wrap;html=1;" value="noch nicht geschlossen" vertex="1">
          <mxGeometry height="40" width="200" x="600" y="880" as="geometry" />
        </mxCell>
        <mxCell id="KAzs0ncSA1o2T3-7AXRQ-56" parent="1" style="rounded=0;whiteSpace=wrap;html=1;fontColor=#000000;fillColor=#FF0000;fontStyle=1;fontSize=18;" value="Materna" vertex="1">
          <mxGeometry height="40" width="1440" x="80" y="1680" as="geometry" />
        </mxCell>
        <mxCell id="KAzs0ncSA1o2T3-7AXRQ-62" edge="1" parent="1" source="KAzs0ncSA1o2T3-7AXRQ-16" style="edgeStyle=none;rounded=0;orthogonalLoop=1;jettySize=auto;html=1;exitX=0.75;exitY=0;exitDx=0;exitDy=0;" target="KAzs0ncSA1o2T3-7AXRQ-16">
          <mxGeometry relative="1" as="geometry" />
        </mxCell>
        <mxCell id="KAzs0ncSA1o2T3-7AXRQ-66" edge="1" parent="1" source="KAzs0ncSA1o2T3-7AXRQ-41" style="edgeStyle=none;rounded=0;orthogonalLoop=1;jettySize=auto;html=1;exitX=0.5;exitY=1;exitDx=0;exitDy=0;" target="KAzs0ncSA1o2T3-7AXRQ-41">
          <mxGeometry relative="1" as="geometry" />
        </mxCell>
        <mxCell id="KAzs0ncSA1o2T3-7AXRQ-79" edge="1" parent="1" source="KAzs0ncSA1o2T3-7AXRQ-70" style="edgeStyle=none;rounded=0;orthogonalLoop=1;jettySize=auto;html=1;" target="KAzs0ncSA1o2T3-7AXRQ-78" value="">
          <mxGeometry relative="1" as="geometry" />
        </mxCell>
        <mxCell id="KAzs0ncSA1o2T3-7AXRQ-70" parent="1" style="rounded=0;whiteSpace=wrap;html=1;fillColor=#CCCCCC;" value="(Bug 2 Pascal: kein CR006) #1276&amp;nbsp;[Bug] [Datentabellenverwaltung]: Paging für sehr große Tabellen (500+ Datensätze) funktioniert nicht" vertex="1">
          <mxGeometry height="40" width="440" x="240" y="3560" as="geometry" />
        </mxCell>
        <mxCell id="KAzs0ncSA1o2T3-7AXRQ-73" edge="1" parent="1" source="KAzs0ncSA1o2T3-7AXRQ-71" style="edgeStyle=none;rounded=0;orthogonalLoop=1;jettySize=auto;html=1;" target="KAzs0ncSA1o2T3-7AXRQ-72" value="">
          <mxGeometry relative="1" as="geometry" />
        </mxCell>
        <mxCell id="KAzs0ncSA1o2T3-7AXRQ-71" parent="1" style="rounded=0;whiteSpace=wrap;html=1;fillColor=#CCCCCC;" value="(Bug 1 Pascal: kein CR006) #1275&amp;nbsp;[Bug] [Datentabellenverwaltung]: Filter funktioniert nicht" vertex="1">
          <mxGeometry height="40" width="440" x="240" y="4040" as="geometry" />
        </mxCell>
-         <mxCell id="6I-_ciG7kh0R2IqJ13tL-6" edge="1" parent="1" source="KAzs0ncSA1o2T3-7AXRQ-72" style="edgeStyle=none;rounded=0;orthogonalLoop=1;jettySize=auto;html=1;" target="6I-_ciG7kh0R2IqJ13tL-4" value="">
-           <mxGeometry relative="1" as="geometry" />
-         </mxCell>
        <mxCell id="KAzs0ncSA1o2T3-7AXRQ-72" parent="1" style="rounded=0;whiteSpace=wrap;html=1;fontStyle=1" value="Erfolgreich getestet / Rest 0PT" vertex="1">
          <mxGeometry height="40" width="320" x="720" y="4040" as="geometry" />
        </mxCell>
-         <mxCell id="6I-_ciG7kh0R2IqJ13tL-7" edge="1" parent="1" source="KAzs0ncSA1o2T3-7AXRQ-74" style="edgeStyle=none;rounded=0;orthogonalLoop=1;jettySize=auto;html=1;" target="6I-_ciG7kh0R2IqJ13tL-4" value="">
-           <mxGeometry relative="1" as="geometry" />
-         </mxCell>
        <mxCell id="KAzs0ncSA1o2T3-7AXRQ-74" parent="1" style="rounded=0;whiteSpace=wrap;html=1;fontStyle=1" value="Meiner Meinung nach Ready for QA, steht aber immer noch auf In Development / Rest 0PT" vertex="1">
          <mxGeometry height="40" width="320" x="720" y="4120" as="geometry" />
        </mxCell>
-         <mxCell id="6I-_ciG7kh0R2IqJ13tL-5" edge="1" parent="1" source="KAzs0ncSA1o2T3-7AXRQ-76" style="edgeStyle=none;rounded=0;orthogonalLoop=1;jettySize=auto;html=1;" target="6I-_ciG7kh0R2IqJ13tL-4" value="">
-           <mxGeometry relative="1" as="geometry" />
-         </mxCell>
        <mxCell id="KAzs0ncSA1o2T3-7AXRQ-76" parent="1" style="rounded=0;whiteSpace=wrap;html=1;fontStyle=1" value="Erfolgreich getestet / Rest 0PT" vertex="1">
          <mxGeometry height="40" width="320" x="720" y="3960" as="geometry" />
        </mxCell>
        <mxCell id="KAzs0ncSA1o2T3-7AXRQ-78" parent="1" style="rounded=0;whiteSpace=wrap;html=1;fontStyle=1" value="In Review / Rest 0PT" vertex="1">
          <mxGeometry height="40" width="320" x="720" y="3560" as="geometry" />
        </mxCell>
        <mxCell id="KAzs0ncSA1o2T3-7AXRQ-80" parent="1" style="rounded=0;whiteSpace=wrap;html=1;fontStyle=1" value="Frontend Review abgeschlossen / Rest 0PT" vertex="1">
          <mxGeometry height="40" width="320" x="720" y="3000" as="geometry" />
        </mxCell>
        <mxCell id="KAzs0ncSA1o2T3-7AXRQ-100" edge="1" parent="1" source="KAzs0ncSA1o2T3-7AXRQ-82" style="edgeStyle=none;rounded=0;orthogonalLoop=1;jettySize=auto;html=1;" target="KAzs0ncSA1o2T3-7AXRQ-99" value="">
          <mxGeometry relative="1" as="geometry" />
        </mxCell>
        <mxCell id="KAzs0ncSA1o2T3-7AXRQ-82" parent="1" style="rounded=0;whiteSpace=wrap;html=1;fontStyle=1" value="In Umsetzung (Cengiz)" vertex="1">
          <mxGeometry height="40" width="320" x="720" y="3480" as="geometry" />
        </mxCell>
        <mxCell id="KAzs0ncSA1o2T3-7AXRQ-84" parent="1" style="rounded=0;whiteSpace=wrap;html=1;fontStyle=1" value="Frontend Review abgeschlossen / Rest 0PT" vertex="1">
          <mxGeometry height="40" width="320" x="720" y="3080" as="geometry" />
        </mxCell>
        <mxCell id="KAzs0ncSA1o2T3-7AXRQ-95" edge="1" parent="1" source="KAzs0ncSA1o2T3-7AXRQ-86" style="edgeStyle=none;rounded=0;orthogonalLoop=1;jettySize=auto;html=1;" target="KAzs0ncSA1o2T3-7AXRQ-94" value="">
          <mxGeometry relative="1" as="geometry" />
        </mxCell>
        <mxCell id="KAzs0ncSA1o2T3-7AXRQ-86" parent="1" style="rounded=0;whiteSpace=wrap;html=1;fontStyle=1" value="In Umsetzung (Vil)" vertex="1">
          <mxGeometry height="40" width="320" x="720" y="3160" as="geometry" />
        </mxCell>
        <mxCell id="KAzs0ncSA1o2T3-7AXRQ-96" edge="1" parent="1" source="KAzs0ncSA1o2T3-7AXRQ-88" style="edgeStyle=none;rounded=0;orthogonalLoop=1;jettySize=auto;html=1;" target="KAzs0ncSA1o2T3-7AXRQ-94" value="">
          <mxGeometry relative="1" as="geometry" />
        </mxCell>
        <mxCell id="KAzs0ncSA1o2T3-7AXRQ-88" parent="1" style="rounded=0;whiteSpace=wrap;html=1;fontStyle=1" value="In Umsetzung (Vil)" vertex="1">
          <mxGeometry height="40" width="320" x="720" y="3240" as="geometry" />
        </mxCell>
        <mxCell id="KAzs0ncSA1o2T3-7AXRQ-97" edge="1" parent="1" source="KAzs0ncSA1o2T3-7AXRQ-90" style="edgeStyle=none;rounded=0;orthogonalLoop=1;jettySize=auto;html=1;" target="KAzs0ncSA1o2T3-7AXRQ-94" value="">
          <mxGeometry relative="1" as="geometry" />
        </mxCell>
        <mxCell id="KAzs0ncSA1o2T3-7AXRQ-90" parent="1" style="rounded=0;whiteSpace=wrap;html=1;fontStyle=1" value="In Umsetzung (Vil)" vertex="1">
          <mxGeometry height="40" width="320" x="720" y="3320" as="geometry" />
        </mxCell>
        <mxCell id="KAzs0ncSA1o2T3-7AXRQ-98" edge="1" parent="1" source="KAzs0ncSA1o2T3-7AXRQ-92" style="edgeStyle=none;rounded=0;orthogonalLoop=1;jettySize=auto;html=1;" target="KAzs0ncSA1o2T3-7AXRQ-94" value="">
          <mxGeometry relative="1" as="geometry" />
        </mxCell>
        <mxCell id="KAzs0ncSA1o2T3-7AXRQ-92" parent="1" style="rounded=0;whiteSpace=wrap;html=1;fontStyle=1" value="In Umsetzung (Vil)" vertex="1">
          <mxGeometry height="40" width="320" x="720" y="3400" as="geometry" />
        </mxCell>
        <mxCell id="KAzs0ncSA1o2T3-7AXRQ-122" edge="1" parent="1" source="KAzs0ncSA1o2T3-7AXRQ-94" style="edgeStyle=none;rounded=0;orthogonalLoop=1;jettySize=auto;html=1;" target="KAzs0ncSA1o2T3-7AXRQ-120" value="">
          <mxGeometry relative="1" as="geometry" />
        </mxCell>
        <mxCell id="6I-_ciG7kh0R2IqJ13tL-3" edge="1" parent="1" source="KAzs0ncSA1o2T3-7AXRQ-94" style="edgeStyle=none;rounded=0;orthogonalLoop=1;jettySize=auto;html=1;" target="6I-_ciG7kh0R2IqJ13tL-2" value="">
          <mxGeometry relative="1" as="geometry" />
        </mxCell>
        <mxCell id="KAzs0ncSA1o2T3-7AXRQ-94" parent="1" style="rounded=0;whiteSpace=wrap;html=1;fontStyle=1;fontSize=16;" value="Frontend Restaufwand: 3-5 PT" vertex="1">
          <mxGeometry height="40" width="320" x="1080" y="3280" as="geometry" />
        </mxCell>
        <mxCell id="KAzs0ncSA1o2T3-7AXRQ-123" edge="1" parent="1" source="KAzs0ncSA1o2T3-7AXRQ-99" style="edgeStyle=none;rounded=0;orthogonalLoop=1;jettySize=auto;html=1;" target="KAzs0ncSA1o2T3-7AXRQ-120" value="">
          <mxGeometry relative="1" as="geometry" />
        </mxCell>
        <mxCell id="KAzs0ncSA1o2T3-7AXRQ-99" parent="1" style="rounded=0;whiteSpace=wrap;html=1;fontStyle=1;fontSize=16;" value="&lt;div&gt;Frontend Restaufwand: 1-2PT&lt;/div&gt;" vertex="1">
          <mxGeometry height="40" width="320" x="1080" y="3480" as="geometry" />
        </mxCell>
        <mxCell id="KAzs0ncSA1o2T3-7AXRQ-114" edge="1" parent="1" source="KAzs0ncSA1o2T3-7AXRQ-101" style="edgeStyle=none;rounded=0;orthogonalLoop=1;jettySize=auto;html=1;" target="KAzs0ncSA1o2T3-7AXRQ-113" value="">
          <mxGeometry relative="1" as="geometry" />
        </mxCell>
        <mxCell id="KAzs0ncSA1o2T3-7AXRQ-101" parent="1" style="rounded=0;whiteSpace=wrap;html=1;fontStyle=1" value="Ready For Sprint / Cengiz? / Schätzung 2PT" vertex="1">
          <mxGeometry height="40" width="320" x="720" y="2040" as="geometry" />
        </mxCell>
        <mxCell id="KAzs0ncSA1o2T3-7AXRQ-115" edge="1" parent="1" source="KAzs0ncSA1o2T3-7AXRQ-103" style="edgeStyle=none;rounded=0;orthogonalLoop=1;jettySize=auto;html=1;" target="KAzs0ncSA1o2T3-7AXRQ-113" value="">
          <mxGeometry relative="1" as="geometry" />
        </mxCell>
        <mxCell id="KAzs0ncSA1o2T3-7AXRQ-103" parent="1" style="rounded=0;whiteSpace=wrap;html=1;fontStyle=1" value="Ready For Sprint / Cengiz? / Schätzung 2PT" vertex="1">
          <mxGeometry height="40" width="320" x="720" y="2120" as="geometry" />
        </mxCell>
        <mxCell id="KAzs0ncSA1o2T3-7AXRQ-116" edge="1" parent="1" source="KAzs0ncSA1o2T3-7AXRQ-105" style="edgeStyle=none;rounded=0;orthogonalLoop=1;jettySize=auto;html=1;" target="KAzs0ncSA1o2T3-7AXRQ-113" value="">
          <mxGeometry relative="1" as="geometry" />
        </mxCell>
        <mxCell id="KAzs0ncSA1o2T3-7AXRQ-105" parent="1" style="rounded=0;whiteSpace=wrap;html=1;fontStyle=1" value="Ready For Sprint / Cengiz?Vil? / Schätzung 2PT" vertex="1">
          <mxGeometry height="40" width="320" x="720" y="2200" as="geometry" />
        </mxCell>
        <mxCell id="KAzs0ncSA1o2T3-7AXRQ-117" edge="1" parent="1" source="KAzs0ncSA1o2T3-7AXRQ-107" style="edgeStyle=none;rounded=0;orthogonalLoop=1;jettySize=auto;html=1;" target="KAzs0ncSA1o2T3-7AXRQ-113" value="">
          <mxGeometry relative="1" as="geometry" />
        </mxCell>
        <mxCell id="KAzs0ncSA1o2T3-7AXRQ-107" parent="1" style="rounded=0;whiteSpace=wrap;html=1;fontStyle=1" value="Ready For Sprint / Vil? / Schätzung 1PT" vertex="1">
          <mxGeometry height="40" width="320" x="720" y="2280" as="geometry" />
        </mxCell>
        <mxCell id="KAzs0ncSA1o2T3-7AXRQ-118" edge="1" parent="1" source="KAzs0ncSA1o2T3-7AXRQ-109" style="edgeStyle=none;rounded=0;orthogonalLoop=1;jettySize=auto;html=1;" target="KAzs0ncSA1o2T3-7AXRQ-113" value="">
          <mxGeometry relative="1" as="geometry" />
        </mxCell>
        <mxCell id="KAzs0ncSA1o2T3-7AXRQ-109" parent="1" style="rounded=0;whiteSpace=wrap;html=1;fontStyle=1" value="Ready For Sprint / Vil? / Schätzung 2PT" vertex="1">
          <mxGeometry height="40" width="320" x="720" y="2360" as="geometry" />
        </mxCell>
        <mxCell id="KAzs0ncSA1o2T3-7AXRQ-119" edge="1" parent="1" source="KAzs0ncSA1o2T3-7AXRQ-111" style="edgeStyle=none;rounded=0;orthogonalLoop=1;jettySize=auto;html=1;" target="KAzs0ncSA1o2T3-7AXRQ-113" value="">
          <mxGeometry relative="1" as="geometry" />
        </mxCell>
        <mxCell id="KAzs0ncSA1o2T3-7AXRQ-111" parent="1" style="rounded=0;whiteSpace=wrap;html=1;fontStyle=1" value="Ready For Sprint / Vil? / Schätzung 1PT" vertex="1">
          <mxGeometry height="40" width="320" x="720" y="2440" as="geometry" />
        </mxCell>
        <mxCell id="KAzs0ncSA1o2T3-7AXRQ-121" edge="1" parent="1" source="KAzs0ncSA1o2T3-7AXRQ-113" style="edgeStyle=none;rounded=0;orthogonalLoop=1;jettySize=auto;html=1;" target="KAzs0ncSA1o2T3-7AXRQ-120" value="">
          <mxGeometry relative="1" as="geometry" />
        </mxCell>
        <mxCell id="KAzs0ncSA1o2T3-7AXRQ-113" parent="1" style="rounded=0;whiteSpace=wrap;html=1;fontStyle=1;fontSize=16;" value="Frontend Restaufwand: 10 PT" vertex="1">
          <mxGeometry height="40" width="320" x="1080" y="2240" as="geometry" />
        </mxCell>
        <mxCell id="KAzs0ncSA1o2T3-7AXRQ-120" parent="1" style="rounded=0;whiteSpace=wrap;html=1;fontStyle=1;fontSize=24;" value="&lt;div&gt;Frontend Gesamt Restaufwand CR006: 15 PT&lt;/div&gt;Ziel: 30. Juni 2026 / Ende Sprint 24" vertex="1">
-           <mxGeometry height="120" width="440" x="1600" y="3240" as="geometry" />
+           <mxGeometry height="120" width="440" x="1600" y="2820" as="geometry" />
        </mxCell>
        <mxCell id="6I-_ciG7kh0R2IqJ13tL-2" parent="1" style="rounded=0;whiteSpace=wrap;html=1;fontStyle=1;fontSize=12;" value="OFFENER PUNKT @BACKEND: wie schneiden wir die PR&#39;s?" vertex="1">
          <mxGeometry height="40" width="320" x="1080" y="3360" as="geometry" />
-         </mxCell>
-         <mxCell id="6I-_ciG7kh0R2IqJ13tL-9" edge="1" parent="1" source="6I-_ciG7kh0R2IqJ13tL-4" style="edgeStyle=none;rounded=0;orthogonalLoop=1;jettySize=auto;html=1;" target="KAzs0ncSA1o2T3-7AXRQ-120" value="">
-           <mxGeometry relative="1" as="geometry" />
-         </mxCell>
-         <mxCell id="6I-_ciG7kh0R2IqJ13tL-4" parent="1" style="rounded=0;whiteSpace=wrap;html=1;fontStyle=1;fontSize=16;" value="Frontend Restaufwand: 0 PT" vertex="1">
-           <mxGeometry height="40" width="320" x="1080" y="4080" as="geometry" />
        </mxCell>
      </root>
    </mxGraphModel>
  </diagram>
</mxfile>
